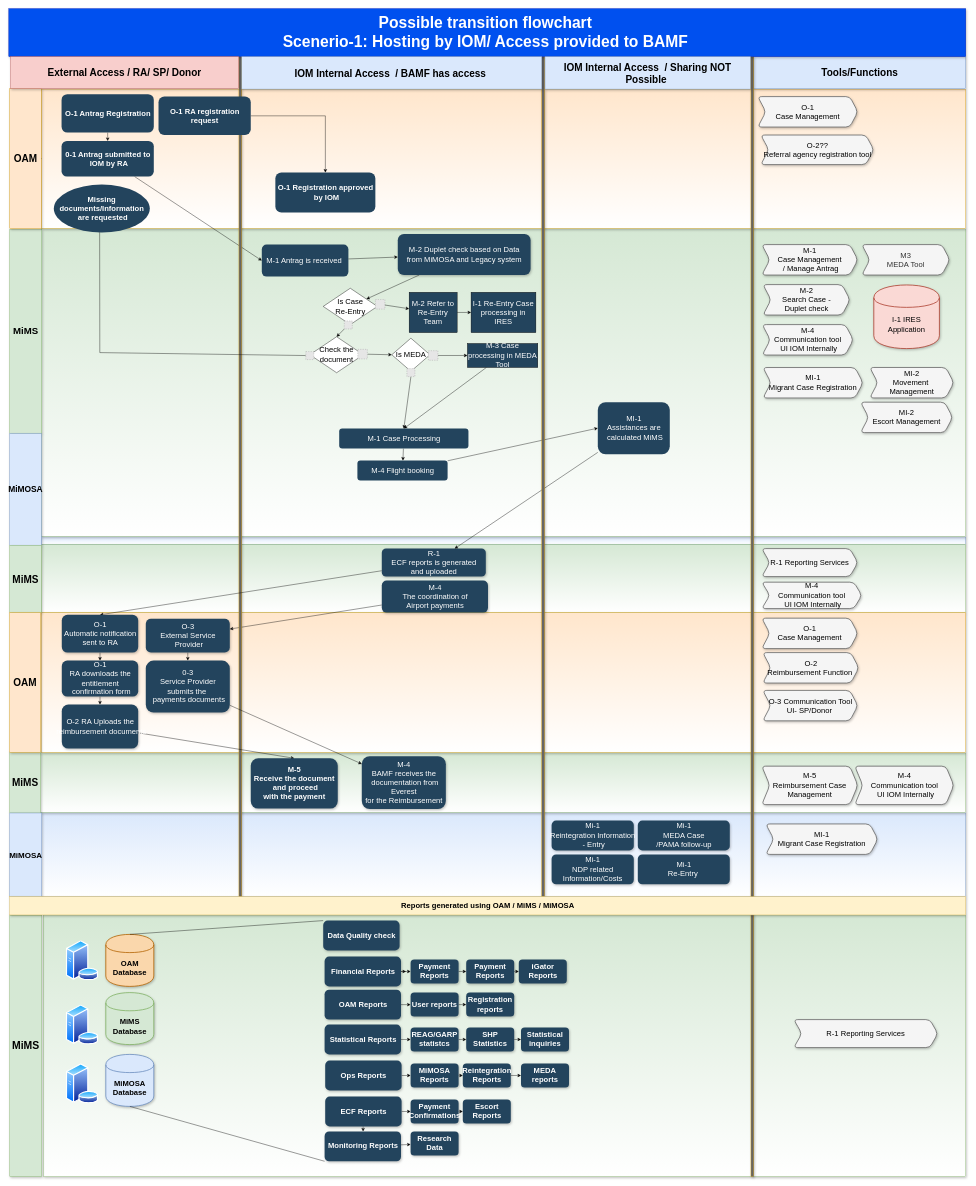
This is page "Scenerio 1" (2 of 5) of IOM-Flowchart.drawio from aabokhashabe/Drawio, a draw.io file, before an edit. Source tidied: cells renumbered, new cells numbered last; positions are measured from the earlier drawing's top-left corner, leaving out a move shared by most shapes. Both pictures are drawn from the tidied source at 40%, with x=0, y=0 at pixel (9, 8). Pictures stored in the file or linked from it are replaced by grey dashed boxes.
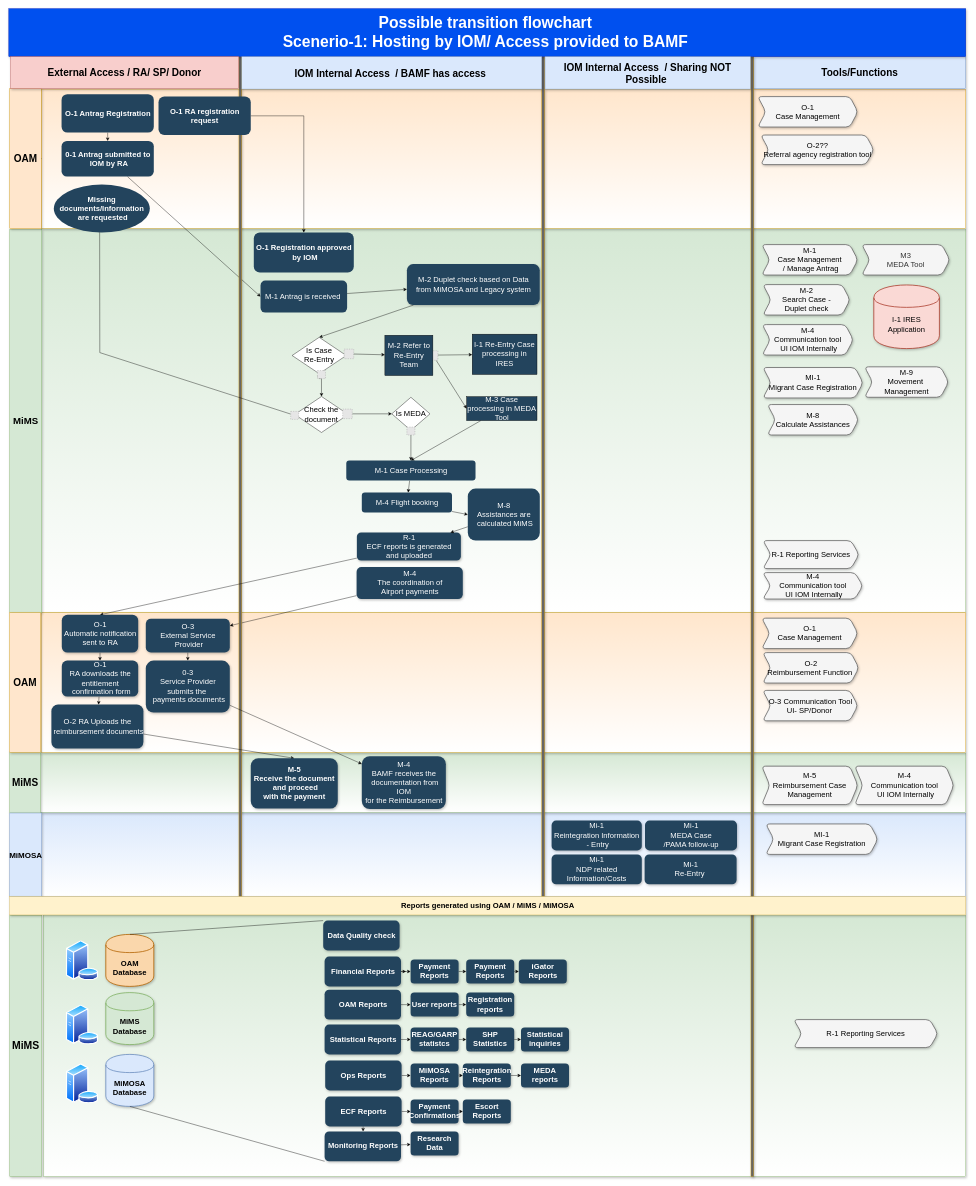
After the change.

Unchanged cells that the change refers to:
```xml
<mxCell id="133" style="group;fontSize=27;fontStyle=1;" parent="1" vertex="1">
  <mxGeometry x="2" y="200" width="80" height="2720" as="geometry" />
</mxCell>
```

The edit, as a diff of the source:
```diff
@@
-    <mxCell id="4" style="whiteSpace=wrap;html=1;shadow=1;fillColor=#dae8fc;strokeColor=#6c8ebf;gradientColor=#ffffff;fontSize=19;fontStyle=1;" parent="1" vertex="1">
-      <mxGeometry x="82" y="1320" width="2310" height="20" as="geometry" />
-    </mxCell>
     <mxCell id="5" style="whiteSpace=wrap;html=1;shadow=1;fillColor=#d5e8d4;strokeColor=#82b366;gradientColor=#ffffff;fontSize=19;fontStyle=1;" parent="1" vertex="1">
-      <mxGeometry x="82" y="550" width="2310" height="770" as="geometry" />
+      <mxGeometry x="82" y="550" width="2310" height="960" as="geometry" />
     </mxCell>
-    <mxCell id="6" style="whiteSpace=wrap;html=1;shadow=1;fillColor=#d5e8d4;strokeColor=#82b366;gradientColor=#ffffff;fontSize=19;fontStyle=1;" parent="1" vertex="1">
-      <mxGeometry x="82" y="1340" width="2310" height="170" as="geometry" />
-    </mxCell>
@@
     <mxCell id="13" value="&lt;font color=&quot;#ffffff&quot; style=&quot;font-size: 19px;&quot;&gt;M-4&lt;br style=&quot;font-size: 19px;&quot;&gt;The coordination of &lt;br style=&quot;font-size: 19px;&quot;&gt;Airport payments&lt;/font&gt;" style="rounded=1;fillColor=#23445D;strokeColor=none;strokeWidth=2;fontFamily=Helvetica;html=1;gradientColor=none;shadow=1;fontSize=19;fontStyle=0;" parent="1" vertex="1">
-      <mxGeometry x="932" y="1430" width="265.5" height="80" as="geometry" />
+      <mxGeometry x="869" y="1396.1" width="265.5" height="80" as="geometry" />
     </mxCell>
@@
     <mxCell id="17" value="&lt;font color=&quot;#ffffff&quot; style=&quot;font-size: 19px;&quot;&gt;M-1 Antrag is&amp;nbsp;received&amp;nbsp;&lt;/font&gt;" style="rounded=1;fillColor=#23445D;strokeColor=none;strokeWidth=2;fontFamily=Helvetica;html=1;gradientColor=none;fontSize=19;fontStyle=0;" parent="1" vertex="1">
-      <mxGeometry x="632" y="590" width="216.5" height="80" as="geometry" />
+      <mxGeometry x="628.8" y="680" width="216.5" height="80" as="geometry" />
     </mxCell>
@@
-    <mxCell id="19" style="edgeStyle=none;rounded=0;jettySize=auto;html=1;strokeWidth=1;fontSize=19;fontColor=#FFFFFF;fontStyle=1;" parent="1" edge="1" source="20" target="64">
+    <mxCell id="19" style="edgeStyle=none;rounded=0;jettySize=auto;html=1;strokeWidth=1;fontSize=19;fontColor=#FFFFFF;fontStyle=1;entryX=0.5;entryY=0;entryDx=0;entryDy=0;" parent="1" edge="1" source="20" target="64">
       <mxGeometry relative="1" as="geometry" />
     </mxCell>
     <mxCell id="20" value="&lt;span style=&quot;color: rgb(255, 255, 255); font-size: 19px;&quot;&gt;M-2 Duplet check based on Data&lt;/span&gt;&lt;br style=&quot;color: rgb(255, 255, 255); font-size: 19px;&quot;&gt;&lt;span style=&quot;color: rgb(255, 255, 255); font-size: 19px;&quot;&gt;from MiMOSA and Legacy system&lt;/span&gt;" style="rounded=1;fillColor=#23445D;strokeColor=none;strokeWidth=2;fontFamily=Helvetica;html=1;gradientColor=none;shadow=1;fontSize=19;fontStyle=0;" parent="1" vertex="1">
-      <mxGeometry x="972" y="563.6" width="332" height="102.4" as="geometry" />
+      <mxGeometry x="994.8" y="638.8" width="332" height="102.4" as="geometry" />
     </mxCell>
@@
     <mxCell id="63" value="M-3 Case processing in MEDA Tool" style="whiteSpace=wrap;html=1;fillColor=#23445D;fontColor=#FFFFFF;fontSize=19;fontStyle=0;" parent="1" vertex="1">
-      <mxGeometry x="1146" y="837.2" width="176" height="60" as="geometry" />
+      <mxGeometry x="1144" y="970" width="176" height="60" as="geometry" />
     </mxCell>
     <mxCell id="64" value="Is Case &lt;br style=&quot;font-size: 19px;&quot;&gt;Re-Entry" style="rhombus;whiteSpace=wrap;html=1;fontColor=#000000;fontSize=19;fontStyle=0;" parent="1" vertex="1">
-      <mxGeometry x="785.5" y="699.1" width="135.4" height="90.9" as="geometry" />
+      <mxGeometry x="707.8" y="821.8" width="135.4" height="90.9" as="geometry" />
     </mxCell>
     <mxCell id="65" value="Is MEDA" style="rhombus;whiteSpace=wrap;html=1;fontColor=#000000;fontSize=19;fontStyle=0;" parent="1" vertex="1">
-      <mxGeometry x="957" y="824" width="95.5" height="82.8" as="geometry" />
+      <mxGeometry x="957" y="971.7" width="95.5" height="82.8" as="geometry" />
     </mxCell>
     <mxCell id="66" style="fillColor=#E6E6E6;strokeColor=#999999;dashed=1;html=1;verticalAlign=top;verticalLabelPosition=bottom;labelBackgroundColor=#ffffff;fontColor=#000000;fontSize=19;fontStyle=1;" parent="1" vertex="1">
-      <mxGeometry x="915.9" y="727.3" width="23.9" height="23.9" as="geometry" />
+      <mxGeometry x="837.9" y="851.3" width="23.9" height="23.9" as="geometry" />
     </mxCell>
@@
+    <mxCell id="157" style="edgeStyle=orthogonalEdgeStyle;rounded=0;jettySize=auto;html=1;exitX=0.5;exitY=1;exitDx=0;exitDy=0;entryX=0.5;entryY=1;entryDx=0;entryDy=0;" parent="1" edge="1" source="68" target="64">
+      <mxGeometry relative="1" as="geometry" />
+    </mxCell>
     <mxCell id="68" style="fillColor=#E6E6E6;strokeColor=#999999;dashed=1;html=1;verticalAlign=top;verticalLabelPosition=bottom;labelBackgroundColor=#ffffff;fontColor=#000000;fontSize=19;fontStyle=1;" parent="1" vertex="1">
-      <mxGeometry x="838.2" y="780.9" width="20" height="20" as="geometry" />
+      <mxGeometry x="771.2" y="904.9" width="20" height="20" as="geometry" />
     </mxCell>
     <mxCell id="69" value="I-1&amp;nbsp;Re-Entry Case processing in IRES" style="whiteSpace=wrap;html=1;fillColor=#23445D;fontColor=#FFFFFF;fontSize=19;fontStyle=0;" parent="1" vertex="1">
-      <mxGeometry x="1155.2" y="709.2" width="162" height="100.8" as="geometry" />
+      <mxGeometry x="1158" y="813.9" width="162" height="100.8" as="geometry" />
     </mxCell>
@@
     <mxCell id="74" value="M-4&amp;nbsp;Flight booking" style="rounded=1;fillColor=#23445D;strokeColor=none;strokeWidth=2;fontFamily=Helvetica;html=1;gradientColor=none;fontColor=#FFFFFF;fontSize=19;fontStyle=0;" parent="1" vertex="1">
-      <mxGeometry x="871" y="1130" width="225.5" height="50" as="geometry" />
+      <mxGeometry x="882" y="1210" width="225.5" height="50" as="geometry" />
     </mxCell>
@@
     <mxCell id="76" value="M-1 Case Processing" style="rounded=1;fillColor=#23445D;strokeColor=none;strokeWidth=2;fontFamily=Helvetica;html=1;gradientColor=none;fontColor=#FFFFFF;fontSize=19;fontStyle=0;" parent="1" vertex="1">
-      <mxGeometry x="825.5" y="1050" width="323.1" height="50" as="geometry" />
+      <mxGeometry x="843.2" y="1130" width="323.1" height="50" as="geometry" />
     </mxCell>
@@
     <mxCell id="79" value="&lt;font color=&quot;#ffffff&quot; style=&quot;font-size: 19px;&quot;&gt;R-1&lt;br style=&quot;font-size: 19px;&quot;&gt;ECF reports is generated &lt;br style=&quot;font-size: 19px;&quot;&gt;and uploaded&lt;/font&gt;" style="rounded=1;fillColor=#23445D;strokeColor=none;strokeWidth=2;fontFamily=Helvetica;html=1;gradientColor=none;shadow=1;fontSize=19;fontStyle=0;" parent="1" vertex="1">
-      <mxGeometry x="932" y="1350" width="260" height="70" as="geometry" />
+      <mxGeometry x="869.7" y="1310" width="260" height="70" as="geometry" />
     </mxCell>
@@
-    <mxCell id="81" value="MI-1&lt;br style=&quot;font-size: 19px&quot;&gt;Assistances are&lt;br style=&quot;font-size: 19px&quot;&gt;&amp;nbsp;calculated MiMS" style="rounded=1;fillColor=#23445D;strokeColor=none;strokeWidth=2;fontFamily=Helvetica;html=1;gradientColor=none;fontColor=#FFFFFF;fontSize=19;fontStyle=0;" parent="1" vertex="1">
-      <mxGeometry x="1472" y="983.9" width="180" height="130" as="geometry" />
+    <mxCell id="81" value="M-8&lt;br style=&quot;font-size: 19px&quot;&gt;Assistances are&lt;br style=&quot;font-size: 19px&quot;&gt;&amp;nbsp;calculated MiMS" style="rounded=1;fillColor=#23445D;strokeColor=none;strokeWidth=2;fontFamily=Helvetica;html=1;gradientColor=none;fontColor=#FFFFFF;fontSize=19;fontStyle=0;" parent="1" vertex="1">
+      <mxGeometry x="1147" y="1200" width="180" height="130" as="geometry" />
     </mxCell>
@@
     <mxCell id="87" value="&lt;font color=&quot;#ffffff&quot; style=&quot;font-size: 19px;&quot;&gt;O-2 RA Uploads the&lt;br style=&quot;font-size: 19px;&quot;&gt;&amp;nbsp;reimbursement documents&lt;/font&gt;" style="rounded=1;fillColor=#23445D;strokeColor=none;strokeWidth=2;fontFamily=Helvetica;html=1;gradientColor=none;shadow=1;fontSize=19;fontStyle=0;" parent="1" vertex="1">
-      <mxGeometry x="132" y="1740" width="191" height="110" as="geometry" />
+      <mxGeometry x="106" y="1740" width="230" height="110" as="geometry" />
     </mxCell>
@@
-    <mxCell id="95" value="&lt;font color=&quot;#ffffff&quot; style=&quot;font-size: 19px&quot;&gt;M-4&lt;br style=&quot;font-size: 19px&quot;&gt;BAMF receives&amp;nbsp;the&lt;br style=&quot;font-size: 19px&quot;&gt;&amp;nbsp;documentation from &lt;br&gt;Everest&lt;br style=&quot;font-size: 19px&quot;&gt;&amp;nbsp;for the&amp;nbsp;Reimbursement&amp;nbsp;&lt;/font&gt;" style="rounded=1;fillColor=#23445D;strokeColor=none;strokeWidth=2;fontFamily=Helvetica;html=1;gradientColor=none;shadow=1;fontSize=19;fontStyle=0;" parent="1" vertex="1">
+    <mxCell id="95" value="&lt;font color=&quot;#ffffff&quot; style=&quot;font-size: 19px&quot;&gt;M-4&lt;br style=&quot;font-size: 19px&quot;&gt;BAMF receives&amp;nbsp;the&lt;br style=&quot;font-size: 19px&quot;&gt;&amp;nbsp;documentation from &lt;br&gt;IOM&lt;br style=&quot;font-size: 19px&quot;&gt;&amp;nbsp;for the&amp;nbsp;Reimbursement&amp;nbsp;&lt;/font&gt;" style="rounded=1;fillColor=#23445D;strokeColor=none;strokeWidth=2;fontFamily=Helvetica;html=1;gradientColor=none;shadow=1;fontSize=19;fontStyle=0;" parent="1" vertex="1">
       <mxGeometry x="882" y="1869.1" width="210.1" height="131.8" as="geometry" />
     </mxCell>
     <mxCell id="96" value="&lt;font color=&quot;#ffffff&quot; style=&quot;font-size: 19px;&quot;&gt;Mi-1&lt;br style=&quot;font-size: 19px;&quot;&gt;Reintegration Information&lt;br style=&quot;font-size: 19px;&quot;&gt;&amp;nbsp;- Entry&lt;/font&gt;" style="rounded=1;fillColor=#23445D;strokeColor=none;strokeWidth=2;fontFamily=Helvetica;html=1;gradientColor=none;shadow=1;fontSize=19;fontStyle=0;" parent="1" vertex="1">
-      <mxGeometry x="1356.5" y="2030" width="205.5" height="74.5" as="geometry" />
+      <mxGeometry x="1356.5" y="2030" width="225.5" height="74.5" as="geometry" />
     </mxCell>
     <mxCell id="97" value="&lt;span style=&quot;color: rgb(255, 255, 255); font-size: 19px;&quot;&gt;Mi-1&lt;/span&gt;&lt;br style=&quot;color: rgb(255, 255, 255); font-size: 19px;&quot;&gt;&lt;font color=&quot;#ffffff&quot; style=&quot;font-size: 19px;&quot;&gt;MEDA Case &lt;br style=&quot;font-size: 19px;&quot;&gt;/PAMA follow-up&lt;/font&gt;" style="rounded=1;fillColor=#23445D;strokeColor=none;strokeWidth=2;fontFamily=Helvetica;html=1;gradientColor=none;shadow=1;fontSize=19;fontStyle=0;" parent="1" vertex="1">
-      <mxGeometry x="1572" y="2030" width="230" height="74.5" as="geometry" />
+      <mxGeometry x="1590" y="2030" width="230" height="74.5" as="geometry" />
     </mxCell>
     <mxCell id="98" value="&lt;span style=&quot;color: rgb(255, 255, 255); font-size: 19px;&quot;&gt;Mi-1&lt;/span&gt;&lt;br style=&quot;color: rgb(255, 255, 255); font-size: 19px;&quot;&gt;&lt;font color=&quot;#ffffff&quot; style=&quot;font-size: 19px;&quot;&gt;Re-Entry&amp;nbsp;&lt;/font&gt;" style="rounded=1;fillColor=#23445D;strokeColor=none;strokeWidth=2;fontFamily=Helvetica;html=1;gradientColor=none;shadow=1;fontSize=19;fontStyle=0;" parent="1" vertex="1">
-      <mxGeometry x="1572" y="2114.5" width="230" height="74.5" as="geometry" />
+      <mxGeometry x="1589" y="2114.5" width="230" height="74.5" as="geometry" />
     </mxCell>
     <mxCell id="99" value="&lt;span style=&quot;color: rgb(255, 255, 255); font-size: 19px;&quot;&gt;Mi-1&lt;/span&gt;&lt;br style=&quot;color: rgb(255, 255, 255); font-size: 19px;&quot;&gt;&lt;font color=&quot;#ffffff&quot; style=&quot;font-size: 19px;&quot;&gt;NDP related &lt;br style=&quot;font-size: 19px;&quot;&gt;Information/Costs&lt;/font&gt;" style="rounded=1;fillColor=#23445D;strokeColor=none;strokeWidth=2;fontFamily=Helvetica;html=1;gradientColor=none;shadow=1;fontSize=19;fontStyle=0;" parent="1" vertex="1">
-      <mxGeometry x="1356.5" y="2114.5" width="205.5" height="74.5" as="geometry" />
+      <mxGeometry x="1356.5" y="2114.5" width="225.5" height="74.5" as="geometry" />
     </mxCell>
@@
-    <mxCell id="107" value="&lt;span style=&quot;color: rgb(0, 0, 0); font-size: 19px;&quot;&gt;MI-2 &lt;br style=&quot;font-size: 19px;&quot;&gt;Movement&lt;/span&gt;&lt;span style=&quot;color: rgb(0, 0, 0); font-size: 19px;&quot;&gt;&amp;nbsp;&lt;br style=&quot;font-size: 19px;&quot;&gt;Management&lt;/span&gt;" style="shape=step;perimeter=stepPerimeter;whiteSpace=wrap;html=1;fixedSize=1;rounded=1;shadow=1;strokeColor=#666666;strokeWidth=2;fillColor=#f5f5f5;fontColor=#333333;fontSize=19;fontStyle=0;" parent="1" vertex="1">
-      <mxGeometry x="2152" y="897.2" width="210" height="76.1" as="geometry" />
+    <mxCell id="107" value="&lt;span style=&quot;color: rgb(0 , 0 , 0) ; font-size: 19px&quot;&gt;M-9&lt;br style=&quot;font-size: 19px&quot;&gt;Movement&lt;/span&gt;&lt;span style=&quot;color: rgb(0 , 0 , 0) ; font-size: 19px&quot;&gt;&amp;nbsp;&lt;br style=&quot;font-size: 19px&quot;&gt;Management&lt;/span&gt;" style="shape=step;perimeter=stepPerimeter;whiteSpace=wrap;html=1;fixedSize=1;rounded=1;shadow=1;strokeColor=#666666;strokeWidth=2;fillColor=#f5f5f5;fontColor=#333333;fontSize=19;fontStyle=0;" parent="1" vertex="1">
+      <mxGeometry x="2139" y="895.6" width="210" height="76.1" as="geometry" />
     </mxCell>
-    <mxCell id="108" value="&lt;span style=&quot;color: rgb(0, 0, 0); font-size: 19px;&quot;&gt;MI-2&lt;br style=&quot;font-size: 19px;&quot;&gt;Escort Management&lt;/span&gt;" style="shape=step;perimeter=stepPerimeter;whiteSpace=wrap;html=1;fixedSize=1;rounded=1;shadow=1;strokeColor=#666666;strokeWidth=2;fillColor=#f5f5f5;fontColor=#333333;fontSize=19;fontStyle=0;" parent="1" vertex="1">
-      <mxGeometry x="2129" y="983.9" width="230" height="76.1" as="geometry" />
-    </mxCell>
@@
     <mxCell id="111" value="&lt;font color=&quot;#000000&quot; style=&quot;font-size: 19px;&quot;&gt;R-1 Reporting Services&lt;/font&gt;" style="shape=step;perimeter=stepPerimeter;whiteSpace=wrap;html=1;fixedSize=1;rounded=1;shadow=1;strokeColor=#666666;strokeWidth=2;fillColor=#f5f5f5;fontColor=#333333;fontSize=19;fontStyle=0;" parent="1" vertex="1">
-      <mxGeometry x="1882" y="1350" width="240" height="70" as="geometry" />
+      <mxGeometry x="1885" y="1330" width="240" height="70" as="geometry" />
     </mxCell>
     <mxCell id="112" value="&lt;span style=&quot;color: rgb(0 , 0 , 0)&quot;&gt;M-4&lt;/span&gt;&lt;br style=&quot;color: rgb(0 , 0 , 0)&quot;&gt;&lt;span style=&quot;color: rgb(0 , 0 , 0)&quot;&gt;Communication tool&lt;/span&gt;&lt;br style=&quot;color: rgb(0 , 0 , 0)&quot;&gt;&lt;span style=&quot;color: rgb(0 , 0 , 0)&quot;&gt;&amp;nbsp;UI IOM Internally&lt;/span&gt;" style="shape=step;perimeter=stepPerimeter;whiteSpace=wrap;html=1;fixedSize=1;rounded=1;shadow=1;strokeColor=#666666;strokeWidth=2;fillColor=#f5f5f5;fontColor=#333333;fontSize=19;fontStyle=0;" parent="1" vertex="1">
-      <mxGeometry x="1882" y="1433.9" width="250" height="66.1" as="geometry" />
+      <mxGeometry x="1884.5" y="1410" width="250" height="66.1" as="geometry" />
     </mxCell>
@@
-    <mxCell id="114" style="edgeStyle=none;rounded=0;orthogonalLoop=1;jettySize=auto;html=1;exitX=1;exitY=1;exitDx=0;exitDy=0;strokeWidth=1;fontSize=19;fontColor=#FFFFFF;fontStyle=1;" parent="1" edge="1" source="4" target="4">
-      <mxGeometry relative="1" as="geometry" />
+    <mxCell id="114" style="edgeStyle=none;rounded=0;orthogonalLoop=1;jettySize=auto;html=1;exitX=1;exitY=1;exitDx=0;exitDy=0;strokeWidth=1;fontSize=19;fontColor=#FFFFFF;fontStyle=1;" parent="1" edge="1">
+      <mxGeometry relative="1" as="geometry">
+        <mxPoint x="2392" y="1340" as="sourcePoint" />
+        <mxPoint x="2392" y="1340" as="targetPoint" />
+      </mxGeometry>
     </mxCell>
@@
     <mxCell id="128" value="M-2 Refer to Re-Entry Team" style="whiteSpace=wrap;html=1;fillColor=#23445D;fontColor=#FFFFFF;fontSize=19;fontStyle=0;" parent="1" vertex="1">
-      <mxGeometry x="1000.4" y="709.2" width="120" height="100.8" as="geometry" />
+      <mxGeometry x="939.7" y="816.6" width="120" height="100.8" as="geometry" />
     </mxCell>
@@
     <mxCell id="134" value="&lt;font style=&quot;font-size: 24px;&quot;&gt;MiMS&lt;/font&gt;" style="whiteSpace=wrap;html=1;shadow=1;fillColor=#d5e8d4;strokeColor=#82b366;fontStyle=1;fontSize=24;" parent="133" vertex="1">
-      <mxGeometry y="352.6" width="80" height="509.4" as="geometry" />
+      <mxGeometry y="352.6" width="80" height="957.4" as="geometry" />
     </mxCell>
-    <mxCell id="135" value="&lt;font style=&quot;font-size: 21px;&quot;&gt;MiMOSA&lt;/font&gt;" style="whiteSpace=wrap;html=1;shadow=1;fillColor=#dae8fc;strokeColor=#6c8ebf;fontStyle=1;fontSize=21;" parent="133" vertex="1">
-      <mxGeometry y="862" width="79.2" height="279.7" as="geometry" />
-    </mxCell>
@@
-    <mxCell id="137" value="&lt;font style=&quot;font-size: 25px;&quot;&gt;MiMS&lt;/font&gt;" style="whiteSpace=wrap;html=1;shadow=1;fontStyle=1;fillColor=#d5e8d4;strokeColor=#82b366;fontSize=25;" parent="133" vertex="1">
-      <mxGeometry y="1141.7" width="79.2" height="168.3" as="geometry" />
-    </mxCell>
@@
     <mxCell id="147" style="fillColor=#E6E6E6;strokeColor=#999999;dashed=1;html=1;verticalAlign=top;verticalLabelPosition=bottom;labelBackgroundColor=#ffffff;fontColor=#000000;fontSize=19;fontStyle=1;" parent="1" vertex="1">
-      <mxGeometry x="994.8" y="900" width="20" height="20" as="geometry" />
+      <mxGeometry x="994.8" y="1046" width="20" height="20" as="geometry" />
     </mxCell>
@@
     <mxCell id="149" style="group;" parent="1" vertex="1">
-      <mxGeometry x="742" y="820.3" width="153.9" height="90" as="geometry" />
+      <mxGeometry x="704.2" y="969.7" width="153.9" height="90" as="geometry" />
     </mxCell>
@@
     <mxCell id="155" value="&lt;font color=&quot;#ffffff&quot; style=&quot;font-size: 19px&quot;&gt;O-1 Registration approved&lt;br&gt;&amp;nbsp;by IOM&lt;/font&gt;" style="rounded=1;fillColor=#23445D;strokeColor=none;strokeWidth=2;fontFamily=Helvetica;html=1;gradientColor=none;fontSize=19;fontStyle=1;" parent="1" vertex="1">
-      <mxGeometry x="665.9" y="410" width="250" height="100" as="geometry" />
+      <mxGeometry x="612" y="560" width="250" height="100" as="geometry" />
     </mxCell>
@@
+    <mxCell id="158" value="&lt;span style=&quot;color: rgb(0 , 0 , 0) ; font-size: 19px&quot;&gt;M-8&lt;br style=&quot;font-size: 19px&quot;&gt;Calculate Assistances&lt;/span&gt;" style="shape=step;perimeter=stepPerimeter;whiteSpace=wrap;html=1;fixedSize=1;rounded=1;shadow=1;strokeColor=#666666;strokeWidth=2;fillColor=#f5f5f5;fontColor=#333333;fontSize=19;fontStyle=0;" parent="1" vertex="1">
+      <mxGeometry x="1896.2" y="989.9" width="227.5" height="76.1" as="geometry" />
+    </mxCell>
```
